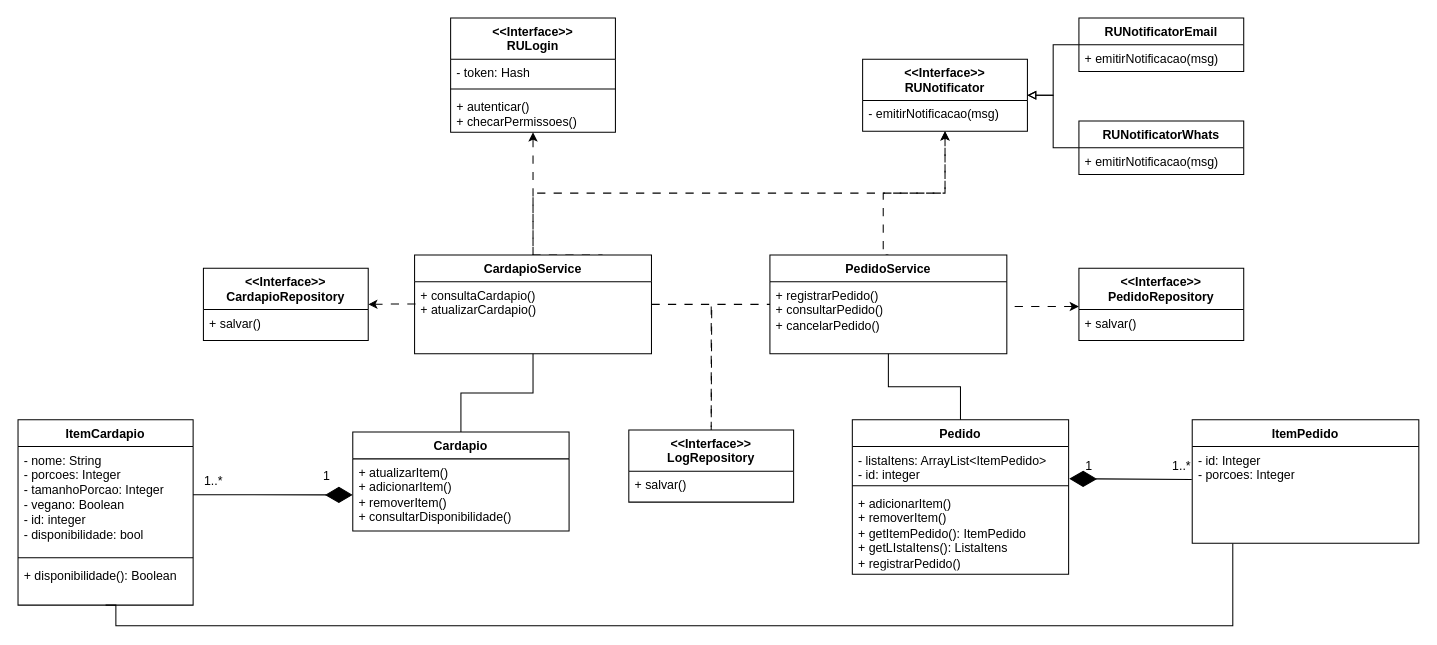
This is docs/diagramas/classes/Diagrama de Classes 3.drawio from edsaibert/trab-design-restaurante, a draw.io file, before an edit. Source tidied: cells renumbered, new cells numbered last; positions are measured from the earlier drawing's top-left corner, leaving out a move shared by most shapes. Both pictures are drawn from the tidied source at 103%, with x=0, y=0 at pixel (18, 18).
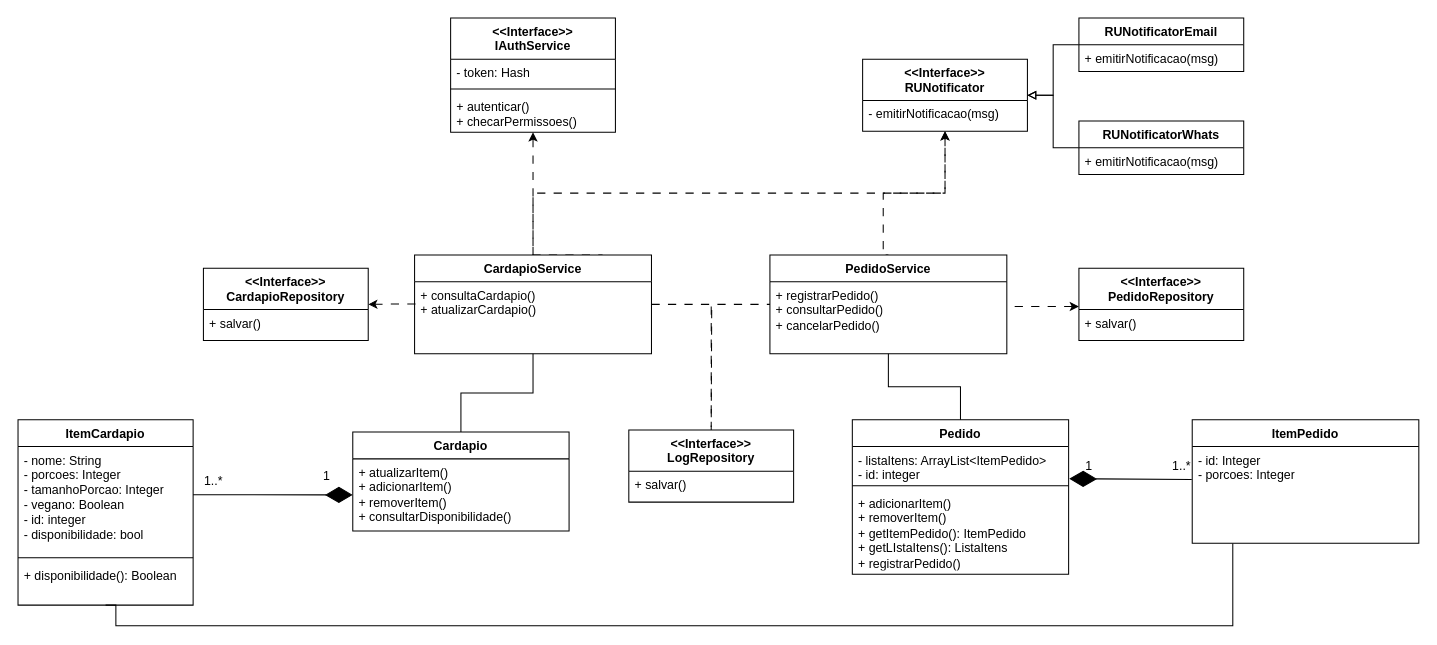
Above is the later version.

Commit message (it also covers changes not shown here):
atualiza nome da interface de login no diagrama de classes

Change to the diagram source:
```diff
@@
-    <mxCell id="16" value="&lt;div&gt;&amp;lt;&amp;lt;Interface&amp;gt;&amp;gt;&lt;/div&gt;&lt;div&gt;RULogin&lt;/div&gt;" style="swimlane;fontStyle=1;align=center;verticalAlign=top;horizontal=1;startSize=40;whiteSpace=wrap;html=1;" parent="1" vertex="1">
+    <mxCell id="16" value="&lt;div&gt;&amp;lt;&amp;lt;Interface&amp;gt;&amp;gt;&lt;/div&gt;&lt;div&gt;IAuthService&lt;/div&gt;" style="swimlane;fontStyle=1;align=center;verticalAlign=top;horizontal=1;startSize=40;whiteSpace=wrap;html=1;" parent="1" vertex="1">
       <mxGeometry x="420" width="160" height="111" as="geometry" />
     </mxCell>
```
